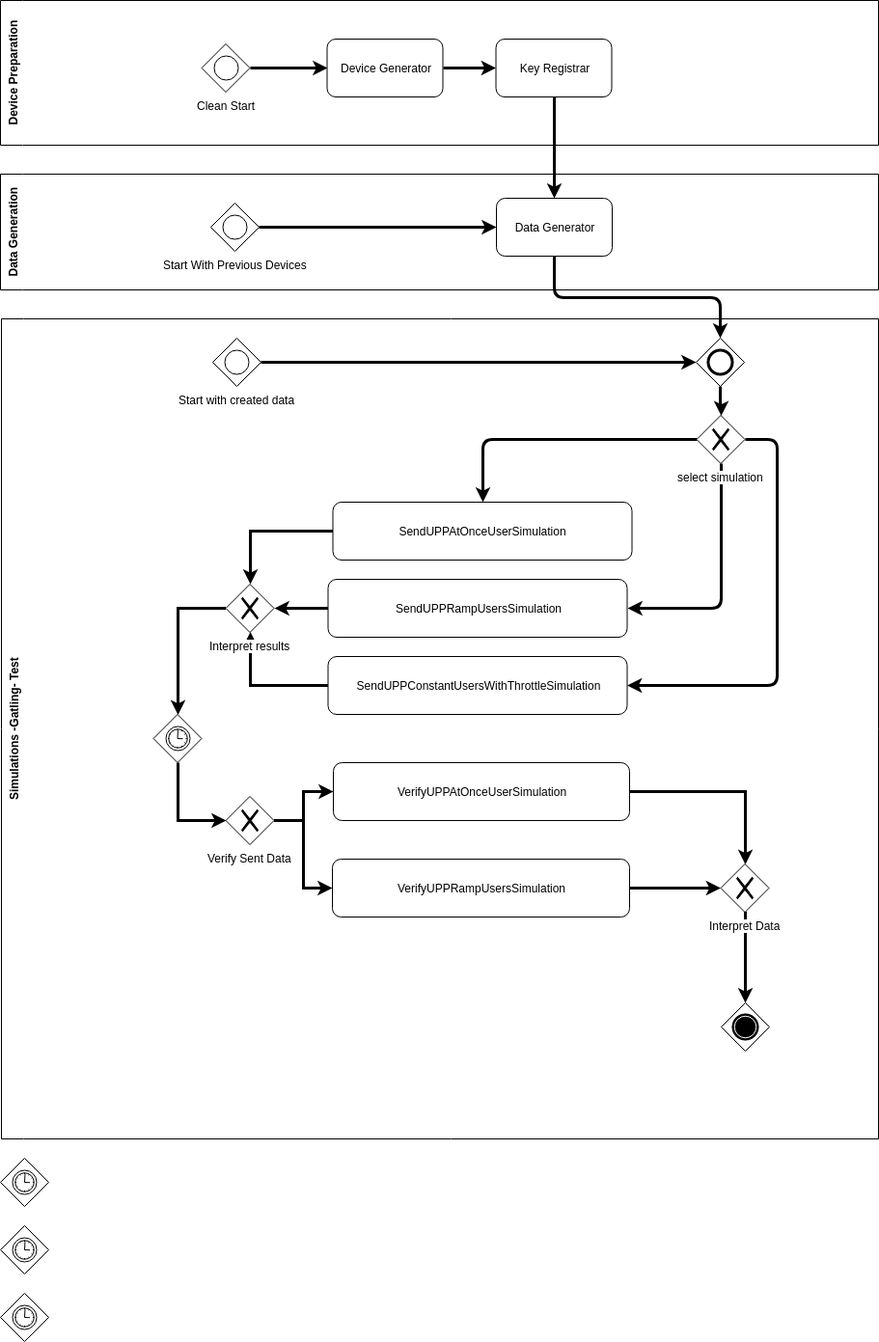
This is images/load-tests-wf.png from ubirch/load-tests-sim, a draw.io export, as it was before one commit. Source tidied: cells renumbered, new cells last; positions are measured from the earlier drawing's top-left corner, leaving out a move shared by most shapes.
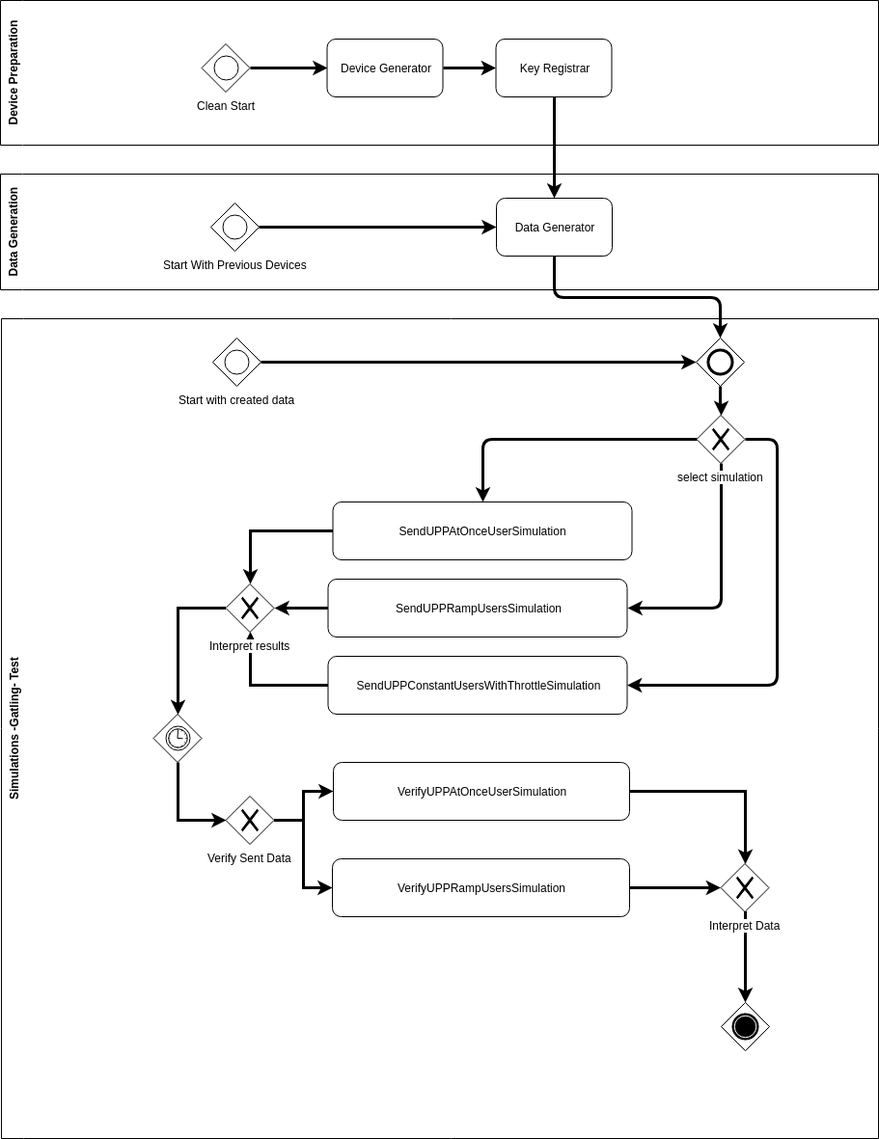
The same file after the commit.

What changed in the source:
```diff
@@ -130,14 +130,5 @@
     <mxCell id="42" style="edgeStyle=orthogonalEdgeStyle;rounded=1;jettySize=auto;html=1;exitX=0.5;exitY=1;exitDx=0;exitDy=0;strokeWidth=3;entryX=0.5;entryY=0;entryDx=0;entryDy=0;" parent="1" edge="1" source="10" target="27">
       <mxGeometry relative="1" as="geometry" />
     </mxCell>
-    <mxCell id="43" style="shape=mxgraph.bpmn.shape;html=1;verticalLabelPosition=bottom;labelBackgroundColor=#ffffff;verticalAlign=top;align=center;perimeter=rhombusPerimeter;background=gateway;outline=eventInt;symbol=timer;" parent="1" vertex="1">
-      <mxGeometry y="1200" width="50" height="50" as="geometry" />
-    </mxCell>
-    <mxCell id="44" style="shape=mxgraph.bpmn.shape;html=1;verticalLabelPosition=bottom;labelBackgroundColor=#ffffff;verticalAlign=top;align=center;perimeter=rhombusPerimeter;background=gateway;outline=eventInt;symbol=timer;" parent="1" vertex="1">
-      <mxGeometry y="1270" width="50" height="50" as="geometry" />
-    </mxCell>
-    <mxCell id="45" style="shape=mxgraph.bpmn.shape;html=1;verticalLabelPosition=bottom;labelBackgroundColor=#ffffff;verticalAlign=top;align=center;perimeter=rhombusPerimeter;background=gateway;outline=eventInt;symbol=timer;" parent="1" vertex="1">
-      <mxGeometry y="1340" width="50" height="50" as="geometry" />
-    </mxCell>
   </root>
 </mxGraphModel>
```
